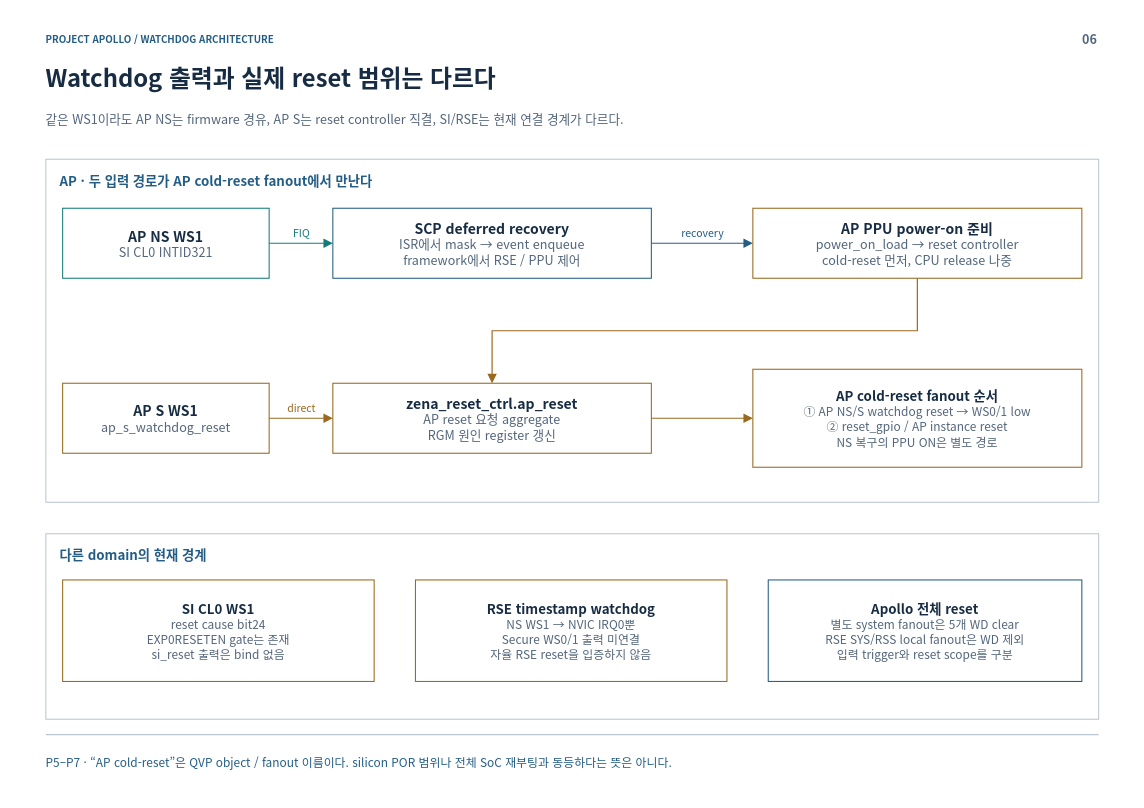
Earlier version of the draw.io diagram page "06-reset-scope" (4 of 20) of doc/phase1/watchdog/apollo-watchdog-architecture.drawio (cometzero/project-apollo). Source tidied: cells renumbered, new cells numbered last; positions are measured from the earlier drawing's top-left corner, leaving out a move shared by most shapes. Both pictures are drawn from the tidied source at 70%, with x=0, y=0 at pixel (12, 12).
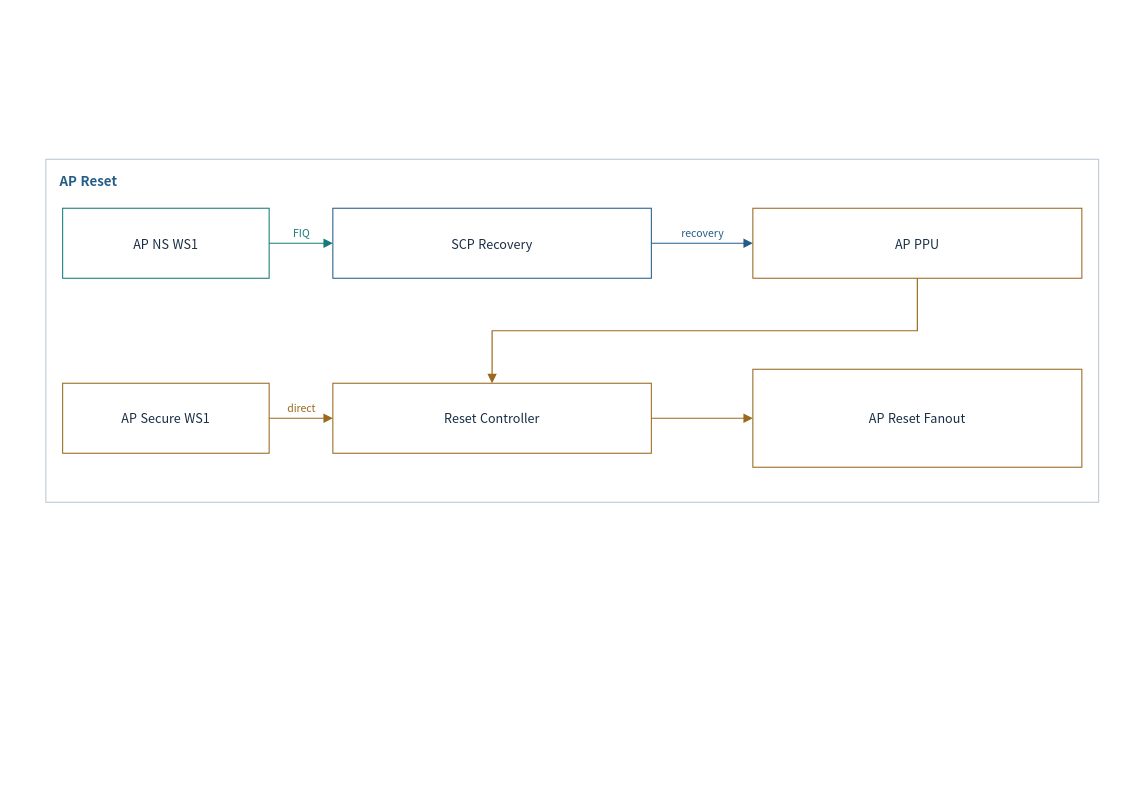
After the change.

What changed in the source:
```diff
@@
-    <mxCell id="2" style="rounded=0;whiteSpace=wrap;html=1;fillColor=#FFFFFF;strokeWidth=1.5;fontFamily=Noto Sans CJK KR;fontSize=18;spacing=12;fontColor=#172C43;strokeColor=none;" parent="1" vertex="1">
-      <mxGeometry width="1600" height="1120" as="geometry" />
-    </mxCell>
-    <mxCell id="3" value="PROJECT APOLLO / WATCHDOG ARCHITECTURE" style="rounded=0;whiteSpace=wrap;html=1;fillColor=#FFFFFF;strokeWidth=1.5;fontFamily=Noto Sans CJK KR;fontSize=18;spacing=12;fontColor=#172C43;strokeColor=none;fillColor=none;spacing=0;align=left;verticalAlign=middle;fontSize=14;fontColor=#235D86;fontStyle=1;" parent="1" vertex="1">
-      <mxGeometry x="48" y="26" width="1400" height="24" as="geometry" />
-    </mxCell>
-    <mxCell id="4" value="06" style="rounded=0;whiteSpace=wrap;html=1;fillColor=#FFFFFF;strokeWidth=1.5;fontFamily=Noto Sans CJK KR;fontSize=18;spacing=12;fontColor=#172C43;strokeColor=none;fillColor=none;spacing=0;align=right;verticalAlign=middle;fontSize=18;fontColor=#52657A;fontStyle=1;" parent="1" vertex="1">
-      <mxGeometry x="1485" y="23" width="65" height="30" as="geometry" />
-    </mxCell>
-    <mxCell id="5" value="Watchdog 출력과 실제 reset 범위는 다르다" style="rounded=0;whiteSpace=wrap;html=1;fillColor=#FFFFFF;strokeWidth=1.5;fontFamily=Noto Sans CJK KR;fontSize=18;spacing=12;fontColor=#172C43;strokeColor=none;fillColor=none;spacing=0;align=left;verticalAlign=middle;fontSize=34;fontColor=#172C43;fontStyle=1;" parent="1" vertex="1">
-      <mxGeometry x="48" y="67" width="1504" height="54" as="geometry" />
-    </mxCell>
-    <mxCell id="6" value="같은 WS1이라도 AP NS는 firmware 경유, AP S는 reset controller 직결, SI/RSE는 현재 연결 경계가 다르다." style="rounded=0;whiteSpace=wrap;html=1;fillColor=#FFFFFF;strokeWidth=1.5;fontFamily=Noto Sans CJK KR;fontSize=18;spacing=12;fontColor=#172C43;strokeColor=none;fillColor=none;spacing=0;align=left;verticalAlign=middle;fontSize=18;fontColor=#52657A;fontStyle=0;" parent="1" vertex="1">
-      <mxGeometry x="48" y="127" width="1504" height="50" as="geometry" />
-    </mxCell>
-    <mxCell id="7" style="html=1;whiteSpace=nowrap;edgeStyle=none;endArrow=none;endSize=8;strokeWidth=1.6;strokeColor=#BAC7D3;fontColor=#BAC7D3;fontFamily=Noto Sans CJK KR;fontSize=16;labelBackgroundColor=#FFFFFF;dashed=0;" parent="1" edge="1">
-      <mxGeometry relative="1" as="geometry">
-        <mxPoint x="48" y="1032" as="sourcePoint" />
-        <mxPoint x="1552" y="1032" as="targetPoint" />
-      </mxGeometry>
-    </mxCell>
-    <mxCell id="8" value="P5–P7 · “AP cold-reset”은 QVP object / fanout 이름이다. silicon POR 범위나 전체 SoC 재부팅과 동등하다는 뜻은 아니다." style="rounded=0;whiteSpace=wrap;html=1;fillColor=#FFFFFF;strokeWidth=1.5;fontFamily=Noto Sans CJK KR;fontSize=18;spacing=12;fontColor=#172C43;strokeColor=none;fillColor=none;spacing=0;align=left;verticalAlign=middle;fontSize=17;fontColor=#235D86;fontStyle=0;" parent="1" vertex="1">
-      <mxGeometry x="48" y="1047" width="1504" height="50" as="geometry" />
-    </mxCell>
@@
-    <mxCell id="10" value="AP · 두 입력 경로가 AP cold-reset fanout에서 만난다" style="rounded=0;whiteSpace=wrap;html=1;fillColor=#FFFFFF;strokeWidth=1.5;fontFamily=Noto Sans CJK KR;fontSize=18;spacing=12;fontColor=#172C43;strokeColor=none;fillColor=none;spacing=0;align=left;verticalAlign=middle;fontSize=19;fontColor=#235D86;fontStyle=1;" parent="1" vertex="1">
+    <mxCell id="10" value="AP Reset" style="rounded=0;whiteSpace=wrap;html=1;fillColor=#FFFFFF;strokeWidth=1.5;fontFamily=Noto Sans CJK KR;fontSize=18;spacing=12;fontColor=#172C43;strokeColor=none;fillColor=none;spacing=0;align=left;verticalAlign=middle;fontSize=19;fontColor=#235D86;fontStyle=1;" parent="1" vertex="1">
       <mxGeometry x="68" y="224" width="1464" height="32" as="geometry" />
     </mxCell>
-    <mxCell id="11" value="&lt;b style=&quot;font-size:20px&quot;&gt;AP NS WS1&lt;/b&gt;&lt;br&gt;&lt;font color=&quot;#52657A&quot; style=&quot;font-size:18px&quot;&gt;SI CL0 INTID321&lt;/font&gt;" style="rounded=0;whiteSpace=wrap;html=1;fillColor=#FFFFFF;strokeWidth=1.5;fontFamily=Noto Sans CJK KR;fontSize=18;spacing=12;fontColor=#172C43;strokeColor=#147B79;" parent="1" vertex="1">
+    <mxCell id="11" value="AP NS WS1" style="rounded=0;whiteSpace=wrap;html=1;fillColor=#FFFFFF;strokeWidth=1.5;fontFamily=Noto Sans CJK KR;fontSize=18;spacing=12;fontColor=#172C43;strokeColor=#147B79;" parent="1" vertex="1">
       <mxGeometry x="72" y="280" width="295" height="100" as="geometry" />
     </mxCell>
-    <mxCell id="12" value="&lt;b style=&quot;font-size:20px&quot;&gt;SCP deferred recovery&lt;/b&gt;&lt;br&gt;&lt;font color=&quot;#52657A&quot; style=&quot;font-size:18px&quot;&gt;ISR에서 mask → event enqueue&lt;br&gt;framework에서 RSE / PPU 제어&lt;/font&gt;" style="rounded=0;whiteSpace=wrap;html=1;fillColor=#FFFFFF;strokeWidth=1.5;fontFamily=Noto Sans CJK KR;fontSize=18;spacing=12;fontColor=#172C43;strokeColor=#235D86;" parent="1" vertex="1">
+    <mxCell id="12" value="SCP Recovery" style="rounded=0;whiteSpace=wrap;html=1;fillColor=#FFFFFF;strokeWidth=1.5;fontFamily=Noto Sans CJK KR;fontSize=18;spacing=12;fontColor=#172C43;strokeColor=#235D86;" parent="1" vertex="1">
       <mxGeometry x="458" y="280" width="455" height="100" as="geometry" />
     </mxCell>
-    <mxCell id="13" value="&lt;b style=&quot;font-size:20px&quot;&gt;AP PPU power-on 준비&lt;/b&gt;&lt;br&gt;&lt;font color=&quot;#52657A&quot; style=&quot;font-size:18px&quot;&gt;power_on_load → reset controller&lt;br&gt;cold-reset 먼저, CPU release 나중&lt;/font&gt;" style="rounded=0;whiteSpace=wrap;html=1;fillColor=#FFFFFF;strokeWidth=1.5;fontFamily=Noto Sans CJK KR;fontSize=18;spacing=12;fontColor=#172C43;strokeColor=#9A681E;" parent="1" vertex="1">
+    <mxCell id="13" value="AP PPU" style="rounded=0;whiteSpace=wrap;html=1;fillColor=#FFFFFF;strokeWidth=1.5;fontFamily=Noto Sans CJK KR;fontSize=18;spacing=12;fontColor=#172C43;strokeColor=#9A681E;" parent="1" vertex="1">
       <mxGeometry x="1058" y="280" width="470" height="100" as="geometry" />
     </mxCell>
@@
-    <mxCell id="16" value="&lt;b style=&quot;font-size:20px&quot;&gt;AP S WS1&lt;/b&gt;&lt;br&gt;&lt;font color=&quot;#52657A&quot; style=&quot;font-size:18px&quot;&gt;ap_s_watchdog_reset&lt;/font&gt;" style="rounded=0;whiteSpace=wrap;html=1;fillColor=#FFFFFF;strokeWidth=1.5;fontFamily=Noto Sans CJK KR;fontSize=18;spacing=12;fontColor=#172C43;strokeColor=#9A681E;" parent="1" vertex="1">
+    <mxCell id="16" value="AP Secure WS1" style="rounded=0;whiteSpace=wrap;html=1;fillColor=#FFFFFF;strokeWidth=1.5;fontFamily=Noto Sans CJK KR;fontSize=18;spacing=12;fontColor=#172C43;strokeColor=#9A681E;" parent="1" vertex="1">
       <mxGeometry x="72" y="530" width="295" height="100" as="geometry" />
     </mxCell>
-    <mxCell id="17" value="&lt;b style=&quot;font-size:20px&quot;&gt;zena_reset_ctrl.ap_reset&lt;/b&gt;&lt;br&gt;&lt;font color=&quot;#52657A&quot; style=&quot;font-size:18px&quot;&gt;AP reset 요청 aggregate&lt;br&gt;RGM 원인 register 갱신&lt;/font&gt;" style="rounded=0;whiteSpace=wrap;html=1;fillColor=#FFFFFF;strokeWidth=1.5;fontFamily=Noto Sans CJK KR;fontSize=18;spacing=12;fontColor=#172C43;strokeColor=#9A681E;" parent="1" vertex="1">
+    <mxCell id="17" value="Reset Controller" style="rounded=0;whiteSpace=wrap;html=1;fillColor=#FFFFFF;strokeWidth=1.5;fontFamily=Noto Sans CJK KR;fontSize=18;spacing=12;fontColor=#172C43;strokeColor=#9A681E;" parent="1" vertex="1">
       <mxGeometry x="458" y="530" width="455" height="100" as="geometry" />
     </mxCell>
-    <mxCell id="18" value="&lt;b style=&quot;font-size:19px&quot;&gt;AP cold-reset fanout 순서&lt;/b&gt;&lt;br&gt;&lt;font color=&quot;#52657A&quot; style=&quot;font-size:17px&quot;&gt;① AP NS/S watchdog reset → WS0/1 low&lt;br&gt;② reset_gpio / AP instance reset&lt;br&gt;NS 복구의 PPU ON은 별도 경로&lt;/font&gt;" style="rounded=0;whiteSpace=wrap;html=1;fillColor=#FFFFFF;strokeWidth=1.5;fontFamily=Noto Sans CJK KR;fontSize=18;spacing=12;fontColor=#172C43;strokeColor=#9A681E;" parent="1" vertex="1">
+    <mxCell id="18" value="AP Reset Fanout" style="rounded=0;whiteSpace=wrap;html=1;fillColor=#FFFFFF;strokeWidth=1.5;fontFamily=Noto Sans CJK KR;fontSize=18;spacing=12;fontColor=#172C43;strokeColor=#9A681E;" parent="1" vertex="1">
       <mxGeometry x="1058" y="510" width="470" height="140" as="geometry" />
     </mxCell>
@@
-    <mxCell id="22" style="rounded=0;whiteSpace=wrap;html=1;fillColor=#FFFFFF;strokeWidth=1.5;fontFamily=Noto Sans CJK KR;fontSize=18;spacing=12;fontColor=#172C43;strokeColor=#BAC7D3;" parent="1" vertex="1">
-      <mxGeometry x="48" y="745" width="1504" height="265" as="geometry" />
-    </mxCell>
-    <mxCell id="23" value="다른 domain의 현재 경계" style="rounded=0;whiteSpace=wrap;html=1;fillColor=#FFFFFF;strokeWidth=1.5;fontFamily=Noto Sans CJK KR;fontSize=18;spacing=12;fontColor=#172C43;strokeColor=none;fillColor=none;spacing=0;align=left;verticalAlign=middle;fontSize=19;fontColor=#235D86;fontStyle=1;" parent="1" vertex="1">
-      <mxGeometry x="68" y="759" width="1464" height="32" as="geometry" />
-    </mxCell>
-    <mxCell id="24" value="&lt;b style=&quot;font-size:19px&quot;&gt;SI CL0 WS1&lt;/b&gt;&lt;br&gt;&lt;font color=&quot;#52657A&quot; style=&quot;font-size:17px&quot;&gt;reset cause bit24&lt;br&gt;EXP0RESETEN gate는 존재&lt;br&gt;si_reset 출력은 bind 없음&lt;/font&gt;" style="rounded=0;whiteSpace=wrap;html=1;fillColor=#FFFFFF;strokeWidth=1.5;fontFamily=Noto Sans CJK KR;fontSize=18;spacing=12;fontColor=#172C43;strokeColor=#9A681E;" parent="1" vertex="1">
-      <mxGeometry x="72" y="811" width="445" height="145" as="geometry" />
-    </mxCell>
-    <mxCell id="25" value="&lt;b style=&quot;font-size:19px&quot;&gt;RSE timestamp watchdog&lt;/b&gt;&lt;br&gt;&lt;font color=&quot;#52657A&quot; style=&quot;font-size:17px&quot;&gt;NS WS1 → NVIC IRQ0뿐&lt;br&gt;Secure WS0/1 출력 미연결&lt;br&gt;자율 RSE reset을 입증하지 않음&lt;/font&gt;" style="rounded=0;whiteSpace=wrap;html=1;fillColor=#FFFFFF;strokeWidth=1.5;fontFamily=Noto Sans CJK KR;fontSize=18;spacing=12;fontColor=#172C43;strokeColor=#9A681E;" parent="1" vertex="1">
-      <mxGeometry x="576" y="811" width="445" height="145" as="geometry" />
-    </mxCell>
-    <mxCell id="26" value="&lt;b style=&quot;font-size:19px&quot;&gt;Apollo 전체 reset&lt;/b&gt;&lt;br&gt;&lt;font color=&quot;#52657A&quot; style=&quot;font-size:17px&quot;&gt;별도 system fanout은 5개 WD clear&lt;br&gt;RSE SYS/RSS local fanout은 WD 제외&lt;br&gt;입력 trigger와 reset scope를 구분&lt;/font&gt;" style="rounded=0;whiteSpace=wrap;html=1;fillColor=#FFFFFF;strokeWidth=1.5;fontFamily=Noto Sans CJK KR;fontSize=18;spacing=12;fontColor=#172C43;strokeColor=#235D86;" parent="1" vertex="1">
-      <mxGeometry x="1080" y="811" width="448" height="145" as="geometry" />
-    </mxCell>
```
